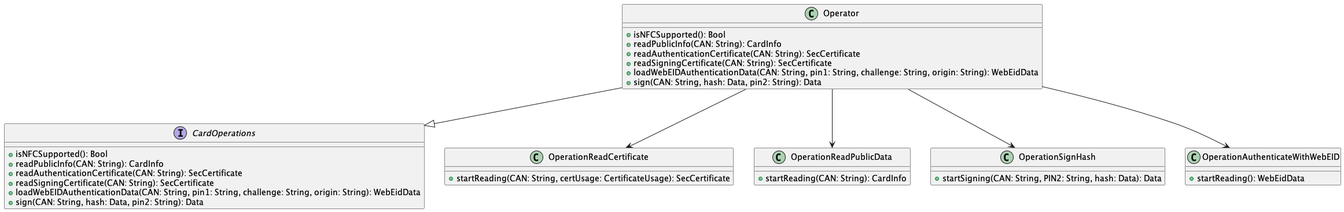
open-eid/nfc-iOS-lib keeps this PlantUML diagram as docs/architecture_overview.png. Above is the earlier version. Source of this version:
```plantuml
@startuml

skinparam shadowing false
set namespaceSeparator none

interface CardOperations {
    + isNFCSupported(): Bool
    + readPublicInfo(CAN: String): CardInfo
    + readAuthenticationCertificate(CAN: String): SecCertificate
    + readSigningCertificate(CAN: String): SecCertificate
    + loadWebEIDAuthenticationData(CAN: String, pin1: String, challenge: String, origin: String): WebEidData
    + sign(CAN: String, hash: Data, pin2: String): Data
}

class Operator {
    + isNFCSupported(): Bool
    + readPublicInfo(CAN: String): CardInfo
    + readAuthenticationCertificate(CAN: String): SecCertificate
    + readSigningCertificate(CAN: String): SecCertificate
    + loadWebEIDAuthenticationData(CAN: String, pin1: String, challenge: String, origin: String): WebEidData
    + sign(CAN: String, hash: Data, pin2: String): Data
}

class OperationReadCertificate {
    + startReading(CAN: String, certUsage: CertificateUsage): SecCertificate
}

class OperationReadPublicData {
    + startReading(CAN: String): CardInfo
}

class OperationSignHash {
    + startSigning(CAN: String, PIN2: String, hash: Data): Data
}

class OperationAuthenticateWithWebEID {
    + startReading(): WebEidData
}

Operator --|> CardOperations

Operator --> OperationReadCertificate
Operator --> OperationReadPublicData
Operator --> OperationSignHash
Operator --> OperationAuthenticateWithWebEID

@enduml
```
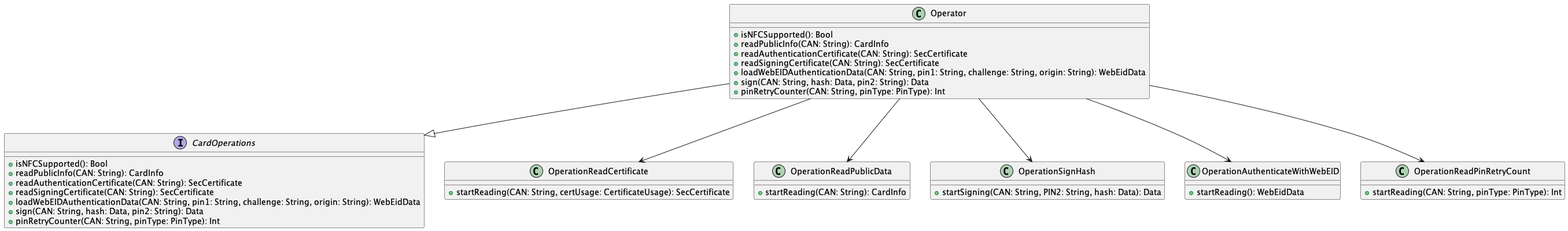
The same file after the commit.

The edit, as a diff of the source:
```diff
@@ -10,6 +10,7 @@
     + readSigningCertificate(CAN: String): SecCertificate
     + loadWebEIDAuthenticationData(CAN: String, pin1: String, challenge: String, origin: String): WebEidData
     + sign(CAN: String, hash: Data, pin2: String): Data
+    + pinRetryCounter(CAN: String, pinType: PinType): Int
 }
 
 class Operator {
@@ -19,6 +20,7 @@
     + readSigningCertificate(CAN: String): SecCertificate
     + loadWebEIDAuthenticationData(CAN: String, pin1: String, challenge: String, origin: String): WebEidData
     + sign(CAN: String, hash: Data, pin2: String): Data
+    + pinRetryCounter(CAN: String, pinType: PinType): Int
 }
 
 class OperationReadCertificate {
@@ -37,11 +39,16 @@
     + startReading(): WebEidData
 }
 
+class OperationReadPinRetryCount {
+    + startReading(CAN: String, pinType: PinType): Int
+}
+
 Operator --|> CardOperations
 
 Operator --> OperationReadCertificate
 Operator --> OperationReadPublicData
 Operator --> OperationSignHash
 Operator --> OperationAuthenticateWithWebEID
+Operator --> OperationReadPinRetryCount
 
 @enduml
```
